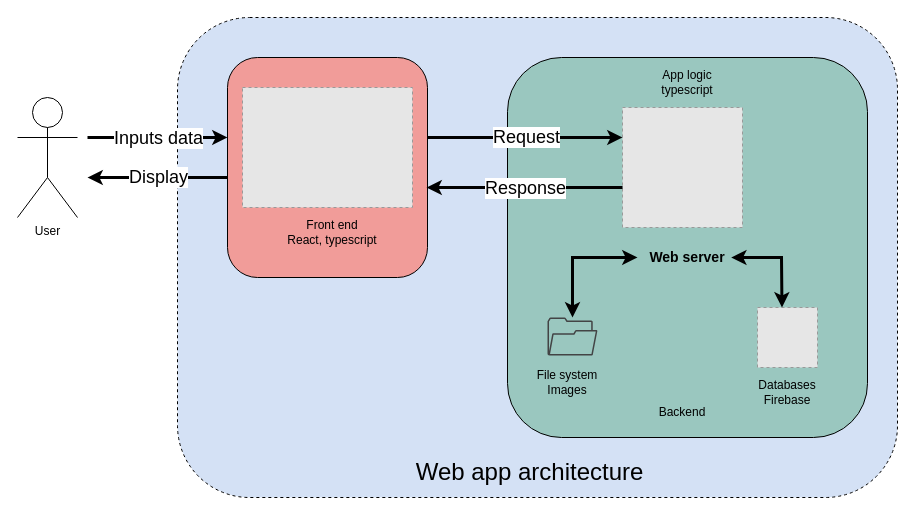
Above: diagrams/AppArchitecture.drawio in juliawang2014/OUTutoringApp (draw.io), before the change. Source tidied: cells renumbered, new cells numbered last; positions are measured from the earlier drawing's top-left corner, leaving out a move shared by most shapes. Both pictures are drawn from the tidied source at 100%, with x=0, y=0 at pixel (17, 17). Pictures stored in the file or linked from it are replaced by grey dashed boxes.
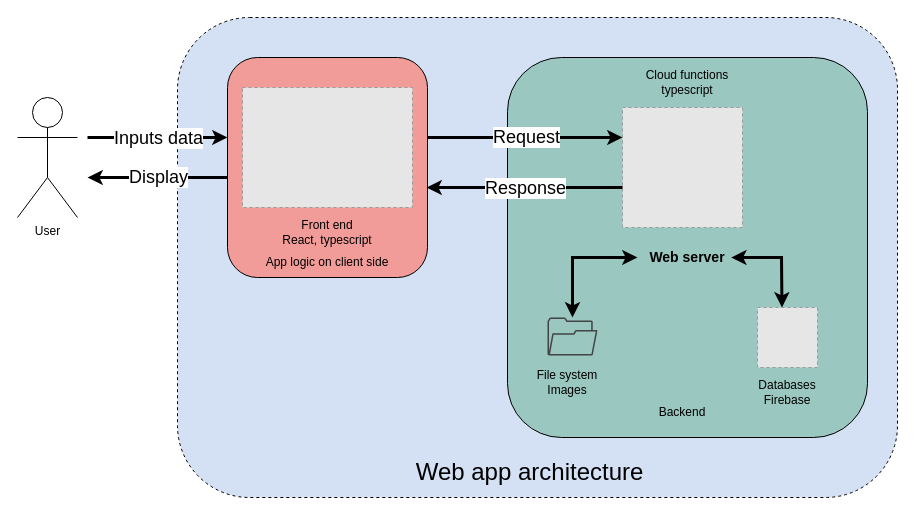
After the change.

Commit message:
Added app logic notes

Change to the diagram source:
```diff
@@
     <mxCell id="6" value="Front end&lt;br&gt;React, typescript" style="text;html=1;strokeColor=none;fillColor=none;align=center;verticalAlign=middle;whiteSpace=wrap;rounded=0;" parent="1" vertex="1">
-      <mxGeometry x="260" y="200" width="110" height="30" as="geometry" />
+      <mxGeometry x="255" y="200" width="110" height="30" as="geometry" />
     </mxCell>
@@
-    <mxCell id="11" value="App logic&lt;br&gt;typescript" style="text;html=1;strokeColor=none;fillColor=none;align=center;verticalAlign=middle;whiteSpace=wrap;rounded=0;" parent="1" vertex="1">
-      <mxGeometry x="640" y="50" width="60" height="30" as="geometry" />
+    <mxCell id="11" value="Cloud functions&lt;br&gt;typescript" style="text;html=1;strokeColor=none;fillColor=none;align=center;verticalAlign=middle;whiteSpace=wrap;rounded=0;" parent="1" vertex="1">
+      <mxGeometry x="620" y="50" width="100" height="30" as="geometry" />
     </mxCell>
@@
+    <mxCell id="27" value="App logic on client side" style="text;html=1;strokeColor=none;fillColor=none;align=center;verticalAlign=middle;whiteSpace=wrap;rounded=0;dashed=1;fontSize=12;" parent="1" vertex="1">
+      <mxGeometry x="245" y="230" width="130" height="30" as="geometry" />
+    </mxCell>
```
